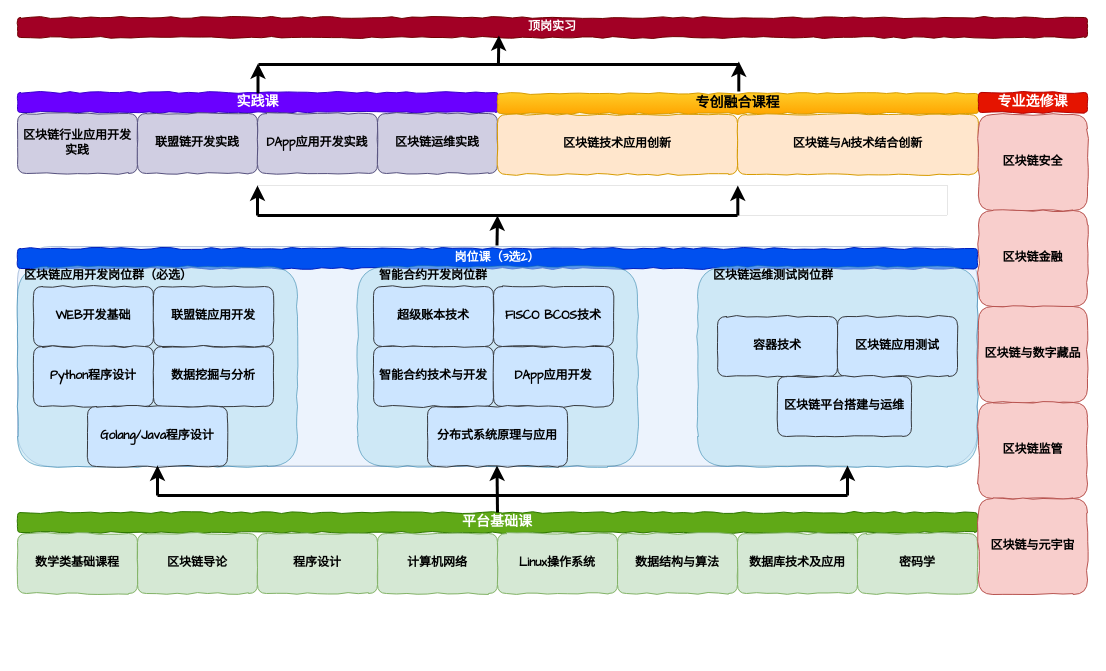
This is 区块链高职人培.drawio from luuuuo/luuuuo_content, a draw.io file, before an edit. Source tidied: cells renumbered, new cells numbered last; positions are measured from the earlier drawing's top-left corner, leaving out a move shared by most shapes. Both pictures are drawn from the tidied source at 100%, with x=0, y=0 at pixel (17, 17).
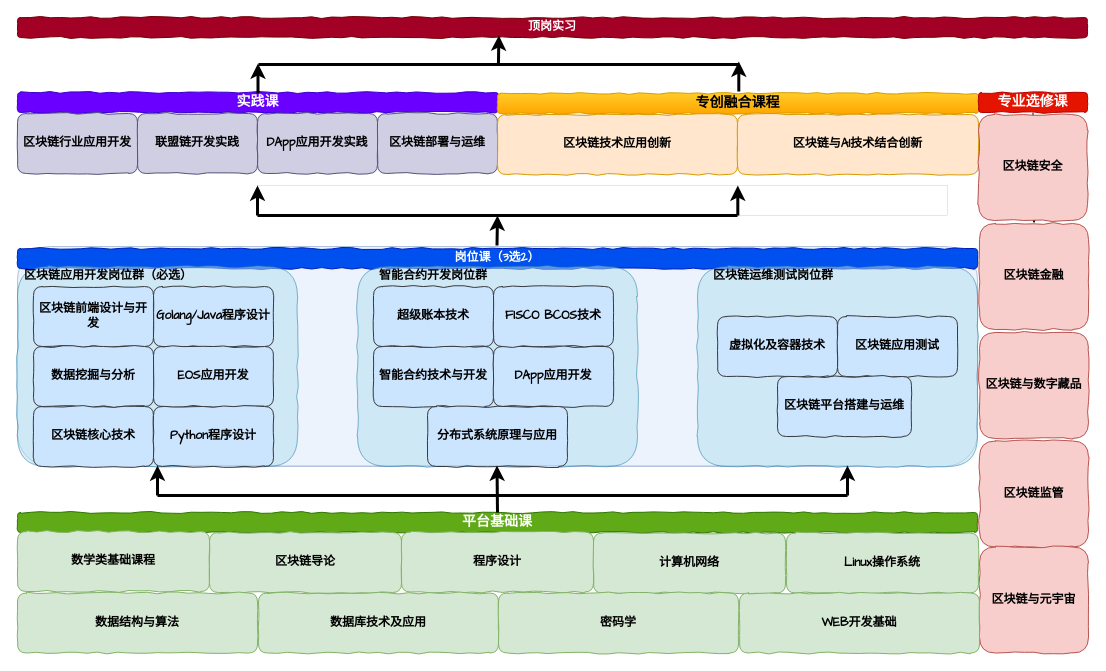
After the change.

Commit message:
更新区块链高职人培.drawio

The change refers to these unchanged cells:
```xml
<mxCell id="2" style="group;" parent="1" vertex="1">
  <mxGeometry y="496" width="960" height="80" as="geometry" />
</mxCell>
<mxCell id="12" style="group;rounded=1;" parent="1" vertex="1">
  <mxGeometry y="229" width="960" height="220" as="geometry" />
</mxCell>
<mxCell id="39" style="group;" parent="1" vertex="1">
  <mxGeometry y="75" width="481" height="81" as="geometry" />
</mxCell>
<mxCell id="50" value="&lt;font style=&quot;font-size: 14px;&quot;&gt;专业选修课&lt;br&gt;&lt;/font&gt;" style="rounded=1;whiteSpace=wrap;html=1;comic=1;fillColor=#e51400;strokeColor=#B20000;fontFamily=Comic Sans MS;fontStyle=1;fontColor=#ffffff;" parent="1" vertex="1">
  <mxGeometry x="961" y="75" width="109" height="20" as="geometry" />
</mxCell>
```

The edit, as a diff of the source:
```diff
@@
-    <mxCell id="4" value="&lt;div&gt;数学类基础课程&lt;/div&gt;" style="rounded=1;whiteSpace=wrap;html=1;comic=1;fontFamily=Comic Sans MS;fillColor=#d5e8d4;strokeColor=#82b366;fontColor=#000000;fontStyle=1;" parent="2" vertex="1">
-      <mxGeometry y="20" width="120" height="60" as="geometry" />
-    </mxCell>
-    <mxCell id="5" value="&lt;div&gt;&lt;span style=&quot;background-color: initial;&quot;&gt;区块链导论&lt;/span&gt;&lt;/div&gt;" style="rounded=1;whiteSpace=wrap;html=1;comic=1;fontFamily=Comic Sans MS;fillColor=#d5e8d4;strokeColor=#82b366;fontColor=#000000;fontStyle=1;" parent="2" vertex="1">
-      <mxGeometry x="120" y="20" width="120" height="60" as="geometry" />
-    </mxCell>
-    <mxCell id="6" value="&lt;div&gt;&lt;span style=&quot;background-color: initial;&quot;&gt;程序设计&lt;/span&gt;&lt;/div&gt;" style="rounded=1;whiteSpace=wrap;html=1;comic=1;fontFamily=Comic Sans MS;fillColor=#d5e8d4;strokeColor=#82b366;fontColor=#000000;fontStyle=1;" parent="2" vertex="1">
-      <mxGeometry x="240" y="20" width="120" height="60" as="geometry" />
-    </mxCell>
-    <mxCell id="7" value="&lt;div&gt;计算机网络&lt;/div&gt;" style="rounded=1;whiteSpace=wrap;html=1;comic=1;fontFamily=Comic Sans MS;fillColor=#d5e8d4;strokeColor=#82b366;fontColor=#000000;fontStyle=1;" parent="2" vertex="1">
-      <mxGeometry x="360" y="20" width="120" height="60" as="geometry" />
-    </mxCell>
-    <mxCell id="8" value="&lt;div style=&quot;border-color: var(--border-color);&quot;&gt;Linux操作系统&lt;/div&gt;" style="rounded=1;whiteSpace=wrap;html=1;comic=1;fontFamily=Comic Sans MS;fillColor=#d5e8d4;strokeColor=#82b366;fontColor=#000000;fontStyle=1;" parent="2" vertex="1">
-      <mxGeometry x="480" y="20" width="120" height="60" as="geometry" />
-    </mxCell>
-    <mxCell id="9" value="&lt;div style=&quot;border-color: var(--border-color);&quot;&gt;数据结构与算法&lt;/div&gt;" style="rounded=1;whiteSpace=wrap;html=1;comic=1;fontFamily=Comic Sans MS;fillColor=#d5e8d4;strokeColor=#82b366;fontColor=#000000;fontStyle=1;" parent="2" vertex="1">
-      <mxGeometry x="600" y="20" width="120" height="60" as="geometry" />
-    </mxCell>
-    <mxCell id="10" value="&lt;div style=&quot;border-color: var(--border-color);&quot;&gt;数据库技术及应用&lt;/div&gt;" style="rounded=1;whiteSpace=wrap;html=1;comic=1;fontFamily=Comic Sans MS;fillColor=#d5e8d4;strokeColor=#82b366;fontColor=#000000;fontStyle=1;" parent="2" vertex="1">
-      <mxGeometry x="720" y="20" width="120" height="60" as="geometry" />
-    </mxCell>
-    <mxCell id="11" value="&lt;div style=&quot;border-color: var(--border-color);&quot;&gt;&lt;span style=&quot;background-color: initial;&quot;&gt;密码学&lt;/span&gt;&lt;br&gt;&lt;/div&gt;" style="rounded=1;whiteSpace=wrap;html=1;comic=1;fontFamily=Comic Sans MS;fillColor=#d5e8d4;strokeColor=#82b366;fontColor=#000000;fontStyle=1;" parent="2" vertex="1">
-      <mxGeometry x="840" y="20" width="120" height="60" as="geometry" />
-    </mxCell>
@@
-    <mxCell id="17" value="&lt;div&gt;WEB开发基础&lt;/div&gt;" style="rounded=1;whiteSpace=wrap;html=1;comic=1;fontFamily=Comic Sans MS;fillColor=#cce5ff;strokeColor=#36393d;fontStyle=1;" parent="12" vertex="1">
+    <mxCell id="17" value="&lt;div&gt;区块链前端设计与开发&lt;/div&gt;" style="rounded=1;whiteSpace=wrap;html=1;comic=1;fontFamily=Comic Sans MS;fillColor=#cce5ff;strokeColor=#36393d;fontStyle=1;" parent="12" vertex="1">
       <mxGeometry x="16" y="40" width="120" height="60" as="geometry" />
     </mxCell>
-    <mxCell id="18" value="&lt;div&gt;联盟链应用开发&lt;/div&gt;" style="rounded=1;whiteSpace=wrap;html=1;comic=1;fontFamily=Comic Sans MS;fillColor=#cce5ff;strokeColor=#36393d;fontStyle=1;" parent="12" vertex="1">
+    <mxCell id="18" value="&lt;div&gt;Golang/Java程序设计&lt;/div&gt;" style="rounded=1;whiteSpace=wrap;html=1;comic=1;fontFamily=Comic Sans MS;fillColor=#cce5ff;strokeColor=#36393d;fontStyle=1;" parent="12" vertex="1">
       <mxGeometry x="136" y="40" width="120" height="60" as="geometry" />
     </mxCell>
-    <mxCell id="19" value="&lt;div&gt;Python程序设计&lt;/div&gt;" style="rounded=1;whiteSpace=wrap;html=1;comic=1;fontFamily=Comic Sans MS;fillColor=#cce5ff;strokeColor=#36393d;fontStyle=1;" parent="12" vertex="1">
+    <mxCell id="19" value="&lt;div&gt;数据挖掘与分析&lt;/div&gt;" style="rounded=1;whiteSpace=wrap;html=1;comic=1;fontFamily=Comic Sans MS;fillColor=#cce5ff;strokeColor=#36393d;fontStyle=1;" parent="12" vertex="1">
       <mxGeometry x="16" y="100" width="120" height="60" as="geometry" />
     </mxCell>
-    <mxCell id="20" value="&lt;div&gt;数据挖掘与分析&lt;/div&gt;" style="rounded=1;whiteSpace=wrap;html=1;comic=1;fontFamily=Comic Sans MS;fillColor=#cce5ff;strokeColor=#36393d;fontStyle=1;" parent="12" vertex="1">
+    <mxCell id="20" value="&lt;div&gt;EOS应用开发&lt;/div&gt;" style="rounded=1;whiteSpace=wrap;html=1;comic=1;fontFamily=Comic Sans MS;fillColor=#cce5ff;strokeColor=#36393d;fontStyle=1;" parent="12" vertex="1">
       <mxGeometry x="136" y="100" width="120" height="60" as="geometry" />
     </mxCell>
-    <mxCell id="21" value="&lt;div&gt;Golang/Java程序设计&lt;/div&gt;" style="rounded=1;whiteSpace=wrap;html=1;comic=1;fontFamily=Comic Sans MS;fillColor=#cce5ff;strokeColor=#36393d;fontStyle=1;" parent="12" vertex="1">
-      <mxGeometry x="70" y="160" width="140" height="60" as="geometry" />
-    </mxCell>
@@
-    <mxCell id="28" value="&lt;div&gt;容器技术&lt;/div&gt;" style="rounded=1;whiteSpace=wrap;html=1;comic=1;fontFamily=Comic Sans MS;fillColor=#cce5ff;strokeColor=#36393d;fontStyle=1;" parent="12" vertex="1">
+    <mxCell id="28" value="&lt;div&gt;虚拟化及容器技术&lt;/div&gt;" style="rounded=1;whiteSpace=wrap;html=1;comic=1;fontFamily=Comic Sans MS;fillColor=#cce5ff;strokeColor=#36393d;fontStyle=1;" parent="12" vertex="1">
       <mxGeometry x="700" y="70" width="120" height="60" as="geometry" />
     </mxCell>
@@
+    <mxCell id="67" value="&lt;div&gt;区块链核心技术&lt;/div&gt;" style="rounded=1;whiteSpace=wrap;html=1;comic=1;fontFamily=Comic Sans MS;fillColor=#cce5ff;strokeColor=#36393d;fontStyle=1;" parent="12" vertex="1">
+      <mxGeometry x="16" y="160" width="120" height="60" as="geometry" />
+    </mxCell>
+    <mxCell id="68" value="&lt;div&gt;Python程序设计&lt;/div&gt;" style="rounded=1;whiteSpace=wrap;html=1;comic=1;fontFamily=Comic Sans MS;fillColor=#cce5ff;strokeColor=#36393d;fontStyle=1;" parent="12" vertex="1">
+      <mxGeometry x="136" y="160" width="120" height="60" as="geometry" />
+    </mxCell>
@@
-    <mxCell id="41" value="&lt;div&gt;区块链行业应用开发实践&lt;/div&gt;" style="rounded=1;whiteSpace=wrap;html=1;comic=1;fontFamily=Comic Sans MS;fillColor=#d0cee2;strokeColor=#56517e;fontStyle=1;" parent="39" vertex="1">
+    <mxCell id="41" value="&lt;div&gt;区块链行业应用开发&lt;/div&gt;" style="rounded=1;whiteSpace=wrap;html=1;comic=1;fontFamily=Comic Sans MS;fillColor=#d0cee2;strokeColor=#56517e;fontStyle=1;" parent="39" vertex="1">
       <mxGeometry y="21" width="120" height="60" as="geometry" />
     </mxCell>
@@
-    <mxCell id="44" value="&lt;div&gt;区块链运维实践&lt;/div&gt;" style="rounded=1;whiteSpace=wrap;html=1;comic=1;fontFamily=Comic Sans MS;fillColor=#d0cee2;strokeColor=#56517e;fontStyle=1;" parent="39" vertex="1">
+    <mxCell id="44" value="&lt;div&gt;区块链部署与运维&lt;/div&gt;" style="rounded=1;whiteSpace=wrap;html=1;comic=1;fontFamily=Comic Sans MS;fillColor=#d0cee2;strokeColor=#56517e;fontStyle=1;" parent="39" vertex="1">
       <mxGeometry x="360" y="21" width="120" height="60" as="geometry" />
     </mxCell>
@@
+    <mxCell id="69" style="edgeStyle=orthogonalEdgeStyle;rounded=0;jettySize=auto;html=1;" parent="1" edge="1" source="50" target="52">
+      <mxGeometry relative="1" as="geometry" />
+    </mxCell>
@@
     <mxCell id="51" value="&lt;div&gt;区块链安全&lt;/div&gt;" style="rounded=1;whiteSpace=wrap;html=1;comic=1;fontFamily=Comic Sans MS;fillColor=#f8cecc;strokeColor=#b85450;fontStyle=1;" parent="1" vertex="1">
-      <mxGeometry x="961" y="97" width="109" height="96" as="geometry" />
+      <mxGeometry x="961" y="97" width="109" height="106" as="geometry" />
     </mxCell>
     <mxCell id="52" value="&lt;div&gt;&lt;span style=&quot;background-color: initial;&quot;&gt;区块链金融&lt;/span&gt;&lt;/div&gt;" style="rounded=1;whiteSpace=wrap;html=1;comic=1;fontFamily=Comic Sans MS;fillColor=#f8cecc;strokeColor=#b85450;fontStyle=1;" parent="1" vertex="1">
-      <mxGeometry x="961" y="193" width="109" height="96" as="geometry" />
+      <mxGeometry x="962" y="206" width="109" height="106" as="geometry" />
     </mxCell>
     <mxCell id="53" value="&lt;div&gt;&lt;span style=&quot;background-color: initial;&quot;&gt;区块链与数字藏品&lt;/span&gt;&lt;/div&gt;" style="rounded=1;whiteSpace=wrap;html=1;comic=1;fontFamily=Comic Sans MS;fillColor=#f8cecc;strokeColor=#b85450;fontStyle=1;" parent="1" vertex="1">
-      <mxGeometry x="961" y="289" width="109" height="96" as="geometry" />
+      <mxGeometry x="962" y="315" width="109" height="106" as="geometry" />
     </mxCell>
     <mxCell id="54" value="区块链监管" style="rounded=1;whiteSpace=wrap;html=1;comic=1;fontFamily=Comic Sans MS;fillColor=#f8cecc;strokeColor=#b85450;fontStyle=1;" parent="1" vertex="1">
-      <mxGeometry x="961" y="385" width="109" height="96" as="geometry" />
+      <mxGeometry x="962" y="423.5" width="109" height="106" as="geometry" />
     </mxCell>
@@
     <mxCell id="66" value="区块链与元宇宙" style="rounded=1;whiteSpace=wrap;html=1;comic=1;fontFamily=Comic Sans MS;fillColor=#f8cecc;strokeColor=#b85450;fontStyle=1;" parent="1" vertex="1">
-      <mxGeometry x="961" y="481" width="109" height="96" as="geometry" />
+      <mxGeometry x="962" y="529.5" width="109" height="106" as="geometry" />
     </mxCell>
+    <mxCell id="5" value="数学类基础课程" style="rounded=1;whiteSpace=wrap;html=1;comic=1;fontFamily=Comic Sans MS;fillColor=#d5e8d4;strokeColor=#82b366;fontColor=#000000;fontStyle=1;" parent="1" vertex="1">
+      <mxGeometry y="514" width="192" height="60" as="geometry" />
+    </mxCell>
+    <mxCell id="70" value="&lt;div&gt;&lt;span style=&quot;background-color: initial;&quot;&gt;区块链导论&lt;/span&gt;&lt;/div&gt;" style="rounded=1;whiteSpace=wrap;html=1;comic=1;fontFamily=Comic Sans MS;fillColor=#d5e8d4;strokeColor=#82b366;fontColor=#000000;fontStyle=1;" parent="1" vertex="1">
+      <mxGeometry x="192" y="515" width="192" height="60" as="geometry" />
+    </mxCell>
+    <mxCell id="6" value="程序设计" style="rounded=1;whiteSpace=wrap;html=1;comic=1;fontFamily=Comic Sans MS;fillColor=#d5e8d4;strokeColor=#82b366;fontColor=#000000;fontStyle=1;" parent="1" vertex="1">
+      <mxGeometry x="384" y="514.5" width="192" height="60" as="geometry" />
+    </mxCell>
+    <mxCell id="7" value="计算机网络" style="rounded=1;whiteSpace=wrap;html=1;comic=1;fontFamily=Comic Sans MS;fillColor=#d5e8d4;strokeColor=#82b366;fontColor=#000000;fontStyle=1;" parent="1" vertex="1">
+      <mxGeometry x="576" y="515.5" width="192" height="60" as="geometry" />
+    </mxCell>
+    <mxCell id="8" value="Linux操作系统" style="rounded=1;whiteSpace=wrap;html=1;comic=1;fontFamily=Comic Sans MS;fillColor=#d5e8d4;strokeColor=#82b366;fontColor=#000000;fontStyle=1;" parent="1" vertex="1">
+      <mxGeometry x="769" y="515.5" width="192" height="60" as="geometry" />
+    </mxCell>
+    <mxCell id="9" value="数据结构与算法" style="rounded=1;whiteSpace=wrap;html=1;comic=1;fontFamily=Comic Sans MS;fillColor=#d5e8d4;strokeColor=#82b366;fontColor=#000000;fontStyle=1;" parent="1" vertex="1">
+      <mxGeometry y="575.5" width="240" height="60" as="geometry" />
+    </mxCell>
+    <mxCell id="10" value="数据库技术及应用" style="rounded=1;whiteSpace=wrap;html=1;comic=1;fontFamily=Comic Sans MS;fillColor=#d5e8d4;strokeColor=#82b366;fontColor=#000000;fontStyle=1;" parent="1" vertex="1">
+      <mxGeometry x="241" y="575.5" width="240" height="60" as="geometry" />
+    </mxCell>
+    <mxCell id="11" value="密码学" style="rounded=1;whiteSpace=wrap;html=1;comic=1;fontFamily=Comic Sans MS;fillColor=#d5e8d4;strokeColor=#82b366;fontColor=#000000;fontStyle=1;" parent="1" vertex="1">
+      <mxGeometry x="481" y="575.5" width="240" height="60" as="geometry" />
+    </mxCell>
+    <mxCell id="71" value="WEB开发基础" style="rounded=1;whiteSpace=wrap;html=1;comic=1;fontFamily=Comic Sans MS;fillColor=#d5e8d4;strokeColor=#82b366;fontColor=#000000;fontStyle=1;" parent="1" vertex="1">
+      <mxGeometry x="722" y="575.5" width="240" height="60" as="geometry" />
+    </mxCell>
```
